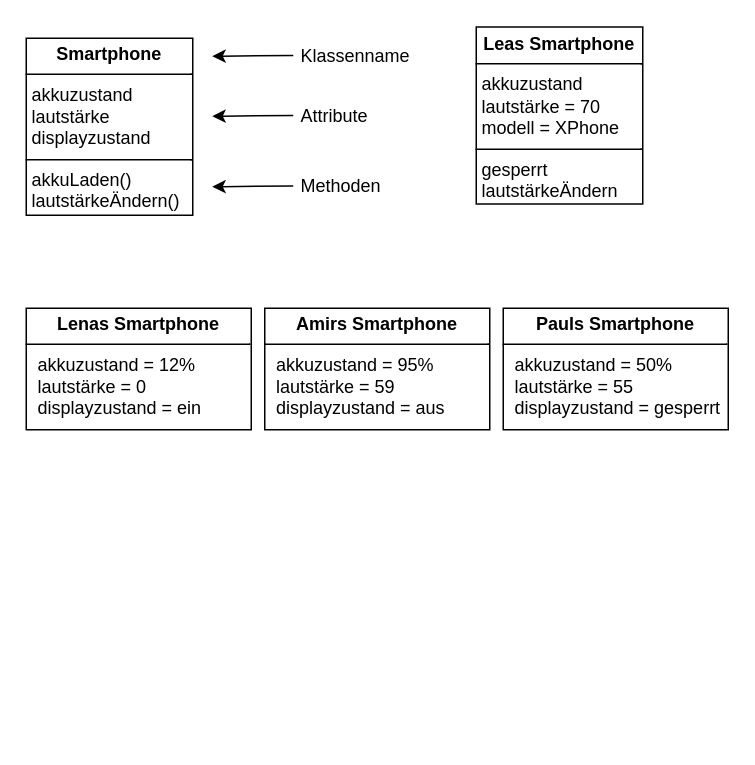
Above: Inf9.drawio in JoernWVSG/diagram (draw.io), before the change. Source tidied: cells renumbered, new cells numbered last; positions are measured from the earlier drawing's top-left corner, leaving out a move shared by most shapes. Both pictures are drawn from the tidied source at 150%, with x=0, y=0 at pixel (26, 26).
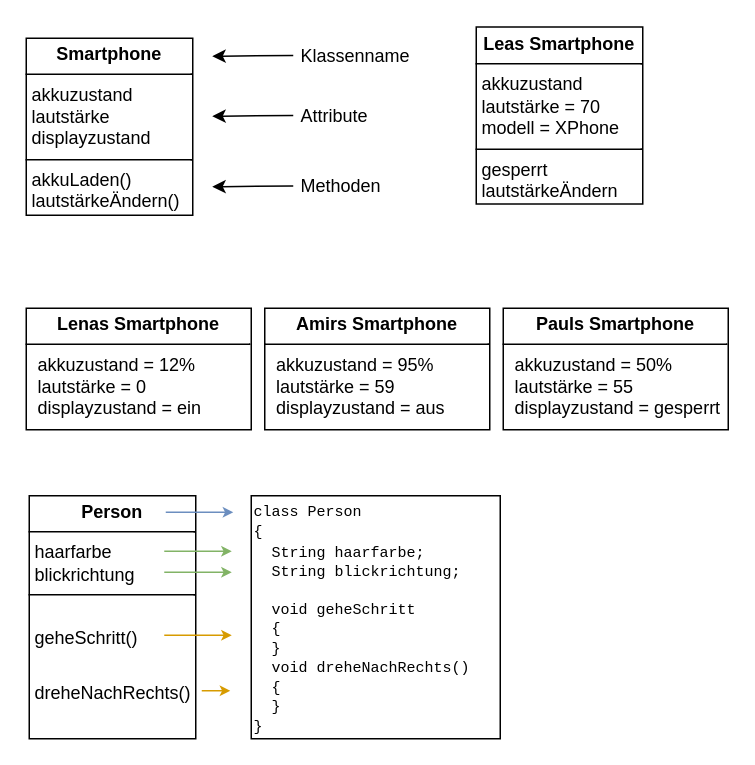
After the change.

The edit, as a diff of the source:
```diff
@@
+    <mxCell id="13" value="&lt;p style=&quot;margin:0px;margin-top:4px;text-align:center;&quot;&gt;&lt;b&gt;Person&lt;/b&gt;&lt;/p&gt;&lt;hr size=&quot;1&quot; style=&quot;border-style:solid;&quot;&gt;&lt;p style=&quot;margin:0px;margin-left:4px;&quot;&gt;haarfarbe&lt;/p&gt;&lt;p style=&quot;margin:0px;margin-left:4px;&quot;&gt;blickrichtung&lt;/p&gt;&lt;hr size=&quot;1&quot; style=&quot;border-style:solid;&quot;&gt;&lt;p style=&quot;margin:0px;margin-left:4px;&quot;&gt;&lt;br&gt;&lt;/p&gt;&lt;p style=&quot;margin:0px;margin-left:4px;&quot;&gt;geheSchritt()&lt;/p&gt;&lt;p style=&quot;margin:0px;margin-left:4px;&quot;&gt;&lt;font style=&quot;font-size: 19px;&quot;&gt;&amp;nbsp;&lt;/font&gt;&lt;/p&gt;&lt;p style=&quot;margin:0px;margin-left:4px;&quot;&gt;dreheNachRechts()&lt;/p&gt;" style="verticalAlign=top;align=left;overflow=fill;html=1;whiteSpace=wrap;" parent="1" vertex="1">
+      <mxGeometry x="2" y="313" width="111" height="162" as="geometry" />
+    </mxCell>
+    <mxCell id="14" value="&lt;div style=&quot;line-height: 100%;&quot;&gt;&lt;div&gt;&lt;font face=&quot;Courier New&quot; style=&quot;font-size: 10px; line-height: 100%;&quot;&gt;class Person&amp;nbsp;&lt;/font&gt;&lt;/div&gt;&lt;div&gt;&lt;font face=&quot;Courier New&quot; size=&quot;1&quot;&gt;{&lt;br&gt;&lt;/font&gt;&lt;div&gt;&lt;font face=&quot;Courier New&quot; style=&quot;font-size: 10px; line-height: 100%;&quot;&gt;&amp;nbsp; String haarfarbe;&lt;/font&gt;&lt;/div&gt;&lt;div&gt;&lt;font face=&quot;Courier New&quot; style=&quot;font-size: 10px; line-height: 100%;&quot;&gt;&amp;nbsp; String blickrichtung;&lt;/font&gt;&lt;/div&gt;&lt;div&gt;&lt;br&gt;&lt;/div&gt;&lt;div&gt;&lt;font face=&quot;Courier New&quot; style=&quot;font-size: 10px; line-height: 100%;&quot;&gt;&amp;nbsp; void geheSchritt&lt;/font&gt;&lt;/div&gt;&lt;div&gt;&lt;font face=&quot;Courier New&quot; style=&quot;font-size: 10px; line-height: 100%;&quot;&gt;&amp;nbsp; {&lt;/font&gt;&lt;/div&gt;&lt;div&gt;&lt;font face=&quot;Courier New&quot; style=&quot;font-size: 10px; line-height: 100%;&quot;&gt;&amp;nbsp; }&lt;/font&gt;&lt;/div&gt;&lt;div&gt;&lt;font face=&quot;Courier New&quot; style=&quot;font-size: 10px; line-height: 100%;&quot;&gt;&amp;nbsp; void dreheNachRechts()&amp;nbsp;&lt;/font&gt;&lt;/div&gt;&lt;div&gt;&lt;font face=&quot;Courier New&quot; style=&quot;font-size: 10px; line-height: 100%;&quot;&gt;&amp;nbsp; {&lt;/font&gt;&lt;/div&gt;&lt;div&gt;&lt;font face=&quot;Courier New&quot; style=&quot;font-size: 10px; line-height: 100%;&quot;&gt;&amp;nbsp; }&lt;/font&gt;&lt;/div&gt;&lt;div&gt;&lt;font face=&quot;Courier New&quot; style=&quot;font-size: 10px; line-height: 100%;&quot;&gt;} &amp;nbsp;&lt;/font&gt;&lt;/div&gt;&lt;/div&gt;&lt;/div&gt;" style="rounded=0;whiteSpace=wrap;html=1;align=left;" parent="1" vertex="1">
+      <mxGeometry x="150" y="313" width="166" height="162" as="geometry" />
+    </mxCell>
+    <mxCell id="15" style="rounded=0;orthogonalLoop=1;jettySize=auto;html=1;fillColor=#dae8fc;strokeColor=#6c8ebf;endSize=4;" parent="1" edge="1">
+      <mxGeometry relative="1" as="geometry">
+        <mxPoint x="93" y="324" as="sourcePoint" />
+        <mxPoint x="138" y="324" as="targetPoint" />
+      </mxGeometry>
+    </mxCell>
+    <mxCell id="16" style="rounded=0;orthogonalLoop=1;jettySize=auto;html=1;fillColor=#d5e8d4;strokeColor=#82b366;endSize=4;" parent="1" edge="1">
+      <mxGeometry relative="1" as="geometry">
+        <mxPoint x="92" y="350" as="sourcePoint" />
+        <mxPoint x="137" y="350" as="targetPoint" />
+      </mxGeometry>
+    </mxCell>
+    <mxCell id="17" style="rounded=0;orthogonalLoop=1;jettySize=auto;html=1;fillColor=#d5e8d4;strokeColor=#82b366;endSize=4;" parent="1" edge="1">
+      <mxGeometry relative="1" as="geometry">
+        <mxPoint x="92" y="364" as="sourcePoint" />
+        <mxPoint x="137" y="364" as="targetPoint" />
+      </mxGeometry>
+    </mxCell>
+    <mxCell id="18" style="rounded=0;orthogonalLoop=1;jettySize=auto;html=1;fillColor=#ffe6cc;strokeColor=#d79b00;endSize=4;" parent="1" edge="1">
+      <mxGeometry relative="1" as="geometry">
+        <mxPoint x="92" y="406" as="sourcePoint" />
+        <mxPoint x="137" y="406" as="targetPoint" />
+      </mxGeometry>
+    </mxCell>
+    <mxCell id="19" style="rounded=0;orthogonalLoop=1;jettySize=auto;html=1;fillColor=#ffe6cc;strokeColor=#d79b00;endSize=4;" parent="1" edge="1">
+      <mxGeometry relative="1" as="geometry">
+        <mxPoint x="117" y="443" as="sourcePoint" />
+        <mxPoint x="136" y="443" as="targetPoint" />
+      </mxGeometry>
+    </mxCell>
```
